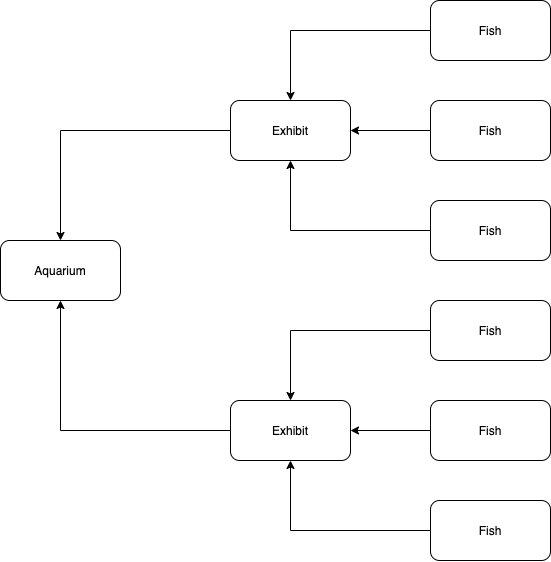
weasel-fish/twitter_many_to_many keeps this draw.io diagram as has_many_through_diagram.drawio.png. Above is the earlier version. Source tidied: cells renumbered, new cells last; positions are measured from the earlier drawing's top-left corner, leaving out a move shared by most shapes.
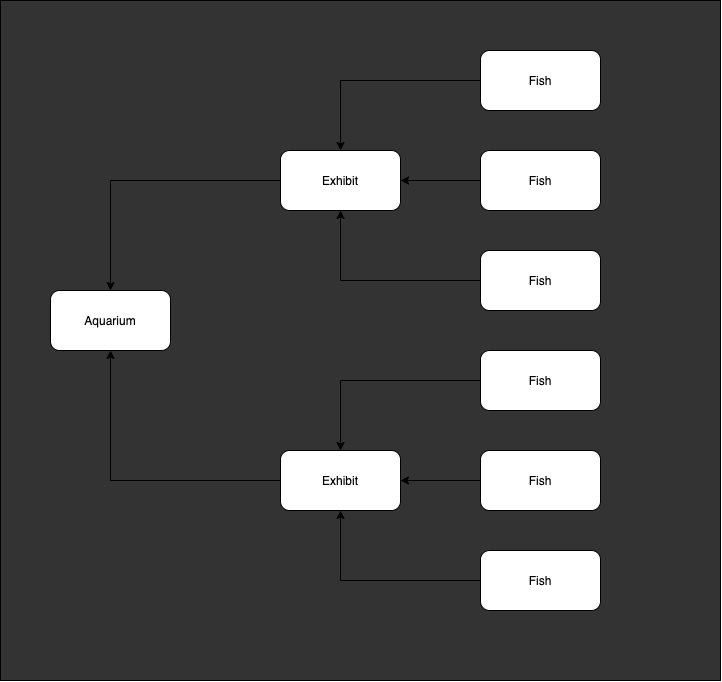
The same diagram one commit later.

Commit message:
rework background for diagram

What changed in the source:
```diff
@@ -1,6 +1,10 @@
 <mxGraphModel>
   <root>
     <mxCell id="0" />
+    <mxCell id="19" value="bg" parent="0" />
+    <mxCell id="20" style="rounded=0;whiteSpace=wrap;html=1;fillColor=#333333;" parent="19" vertex="1">
+      <mxGeometry x="-50" y="-50" width="720" height="680" as="geometry" />
+    </mxCell>
     <mxCell id="1" parent="0" />
     <mxCell id="2" style="edgeStyle=orthogonalEdgeStyle;rounded=0;jettySize=auto;html=1;" parent="1" edge="1" source="3" target="9">
       <mxGeometry relative="1" as="geometry" />
```
